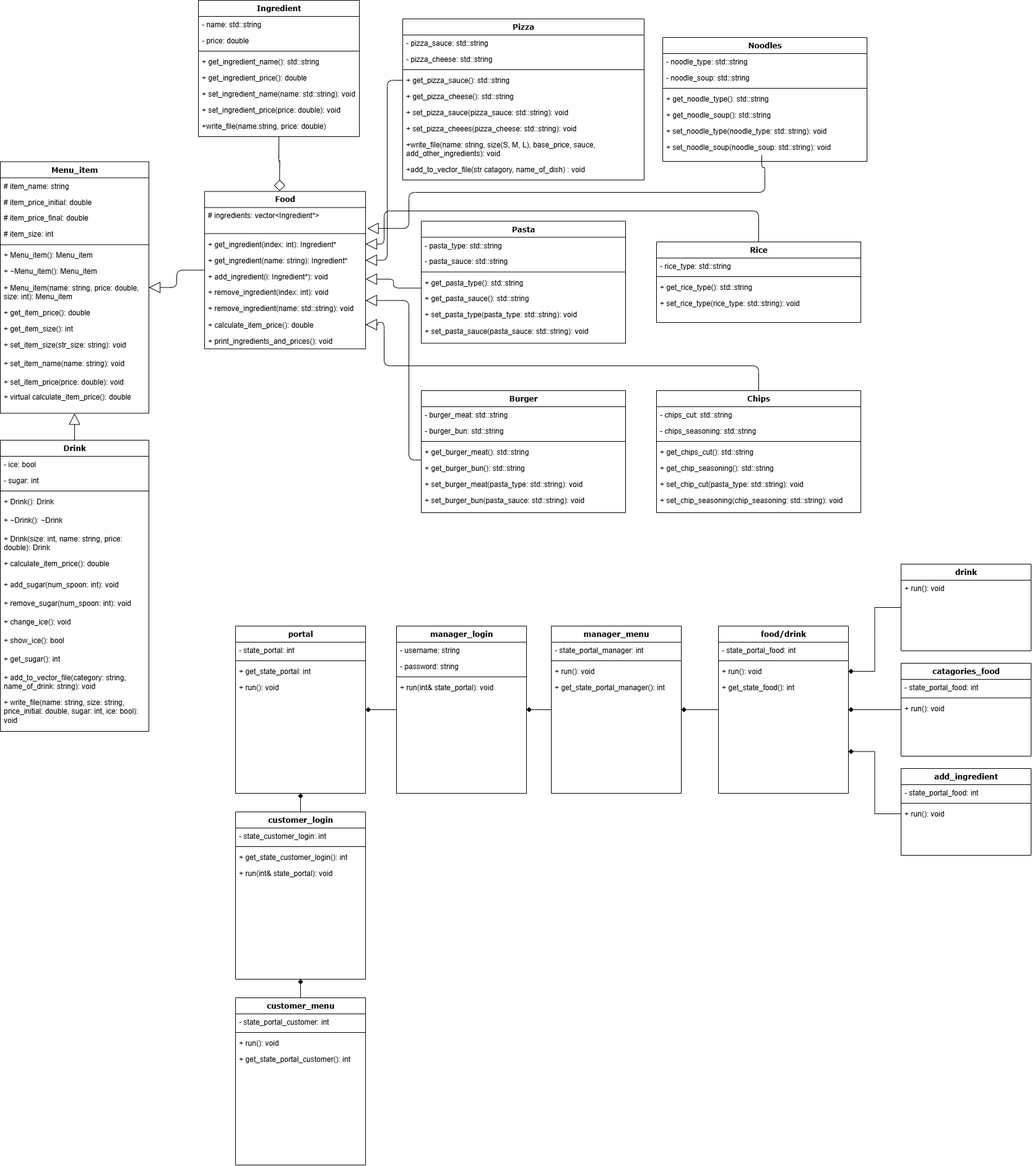
This is UML.png from SohamA12345/Project, a draw.io export, as it was before one commit. Source tidied: cells renumbered, new cells last; positions are measured from the earlier drawing's top-left corner, leaving out a move shared by most shapes.
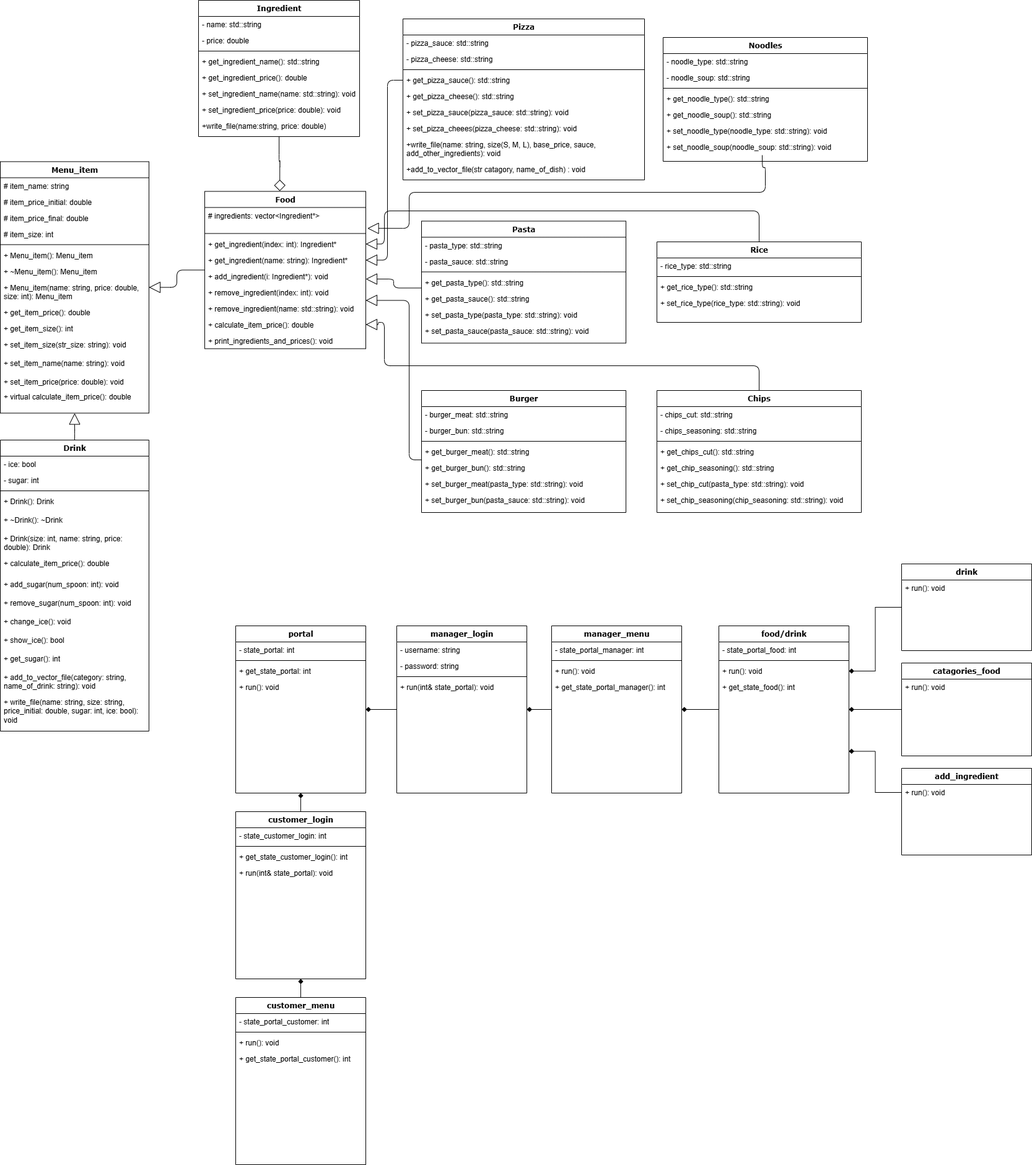
The same file after the commit.

Diff of the diagram source:
```diff
@@ -475,26 +475,14 @@
     <mxCell id="147" value="catagories_food" style="swimlane;html=1;fontStyle=1;align=center;verticalAlign=top;horizontal=1;startSize=26;swimlaneFillColor=#ffffff;rounded=0;shadow=0;comic=0;labelBackgroundColor=none;strokeWidth=1;fillColor=none;fontFamily=Verdana;fontSize=12;" parent="1" vertex="1">
       <mxGeometry x="1455" y="1070" width="210" height="150" as="geometry" />
     </mxCell>
-    <mxCell id="148" value="-&amp;nbsp;state_portal_food: int" style="text;html=1;strokeColor=none;fillColor=none;align=left;verticalAlign=top;spacingLeft=4;spacingRight=4;whiteSpace=wrap;overflow=hidden;" parent="147" vertex="1">
-      <mxGeometry y="26" width="210" height="26" as="geometry" />
-    </mxCell>
-    <mxCell id="149" style="line;html=1;strokeWidth=1;fillColor=none;align=left;verticalAlign=middle;spacingTop=-1;spacingLeft=3;spacingRight=3;labelPosition=right;" parent="147" vertex="1">
-      <mxGeometry y="52" width="210" height="8" as="geometry" />
-    </mxCell>
     <mxCell id="150" value="+ run(): void" style="text;html=1;strokeColor=none;fillColor=none;align=left;verticalAlign=top;spacingLeft=4;spacingRight=4;whiteSpace=wrap;overflow=hidden;" parent="147" vertex="1">
-      <mxGeometry y="60" width="210" height="26" as="geometry" />
+      <mxGeometry y="26" width="210" height="26" as="geometry" />
     </mxCell>
     <mxCell id="151" value="add_ingredient" style="swimlane;html=1;fontStyle=1;align=center;verticalAlign=top;horizontal=1;startSize=26;swimlaneFillColor=#ffffff;rounded=0;shadow=0;comic=0;labelBackgroundColor=none;strokeWidth=1;fillColor=none;fontFamily=Verdana;fontSize=12;" parent="1" vertex="1">
       <mxGeometry x="1455" y="1240" width="210" height="140" as="geometry" />
     </mxCell>
-    <mxCell id="152" value="-&amp;nbsp;state_portal_food: int" style="text;html=1;strokeColor=none;fillColor=none;align=left;verticalAlign=top;spacingLeft=4;spacingRight=4;whiteSpace=wrap;overflow=hidden;" parent="151" vertex="1">
-      <mxGeometry y="26" width="210" height="26" as="geometry" />
-    </mxCell>
-    <mxCell id="153" style="line;html=1;strokeWidth=1;fillColor=none;align=left;verticalAlign=middle;spacingTop=-1;spacingLeft=3;spacingRight=3;labelPosition=right;" parent="151" vertex="1">
-      <mxGeometry y="52" width="210" height="8" as="geometry" />
-    </mxCell>
     <mxCell id="154" value="+ run(): void" style="text;html=1;strokeColor=none;fillColor=none;align=left;verticalAlign=top;spacingLeft=4;spacingRight=4;whiteSpace=wrap;overflow=hidden;points=[[0,0.5],[1,0.5]];portConstraint=eastwest;" parent="151" vertex="1">
-      <mxGeometry y="60" width="210" height="26" as="geometry" />
+      <mxGeometry y="26" width="210" height="26" as="geometry" />
     </mxCell>
     <mxCell id="155" style="edgeStyle=orthogonalEdgeStyle;rounded=0;jettySize=auto;html=1;exitX=1;exitY=0.75;exitDx=0;exitDy=0;entryX=0;entryY=0.5;entryDx=0;entryDy=0;strokeColor=default;align=center;verticalAlign=middle;fontFamily=Helvetica;fontSize=11;fontColor=default;labelBackgroundColor=default;startArrow=diamond;startFill=1;endArrow=none;endFill=0;" parent="1" edge="1" source="138" target="154">
       <mxGeometry relative="1" as="geometry" />
```
